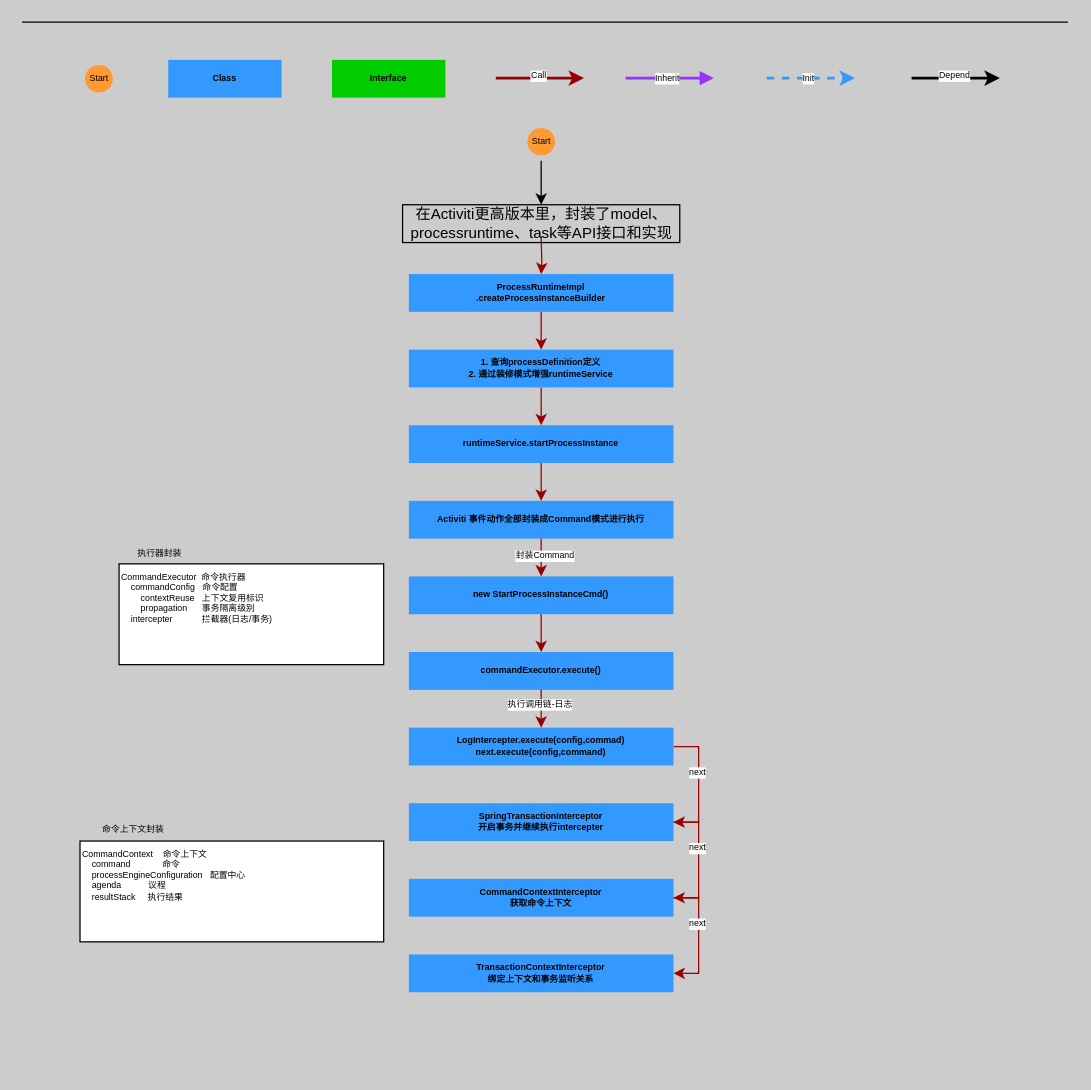
This is page "流程执行" (2 of 2) of reader/Untitled Diagram.drawio from Y-lenny/Activiti, a draw.io file, before an edit. Source tidied: cells renumbered, new cells numbered last; positions are measured from the earlier drawing's top-left corner, leaving out a move shared by most shapes. Both pictures are drawn from the tidied source at 126%, with x=0, y=0 at pixel (21, 21).
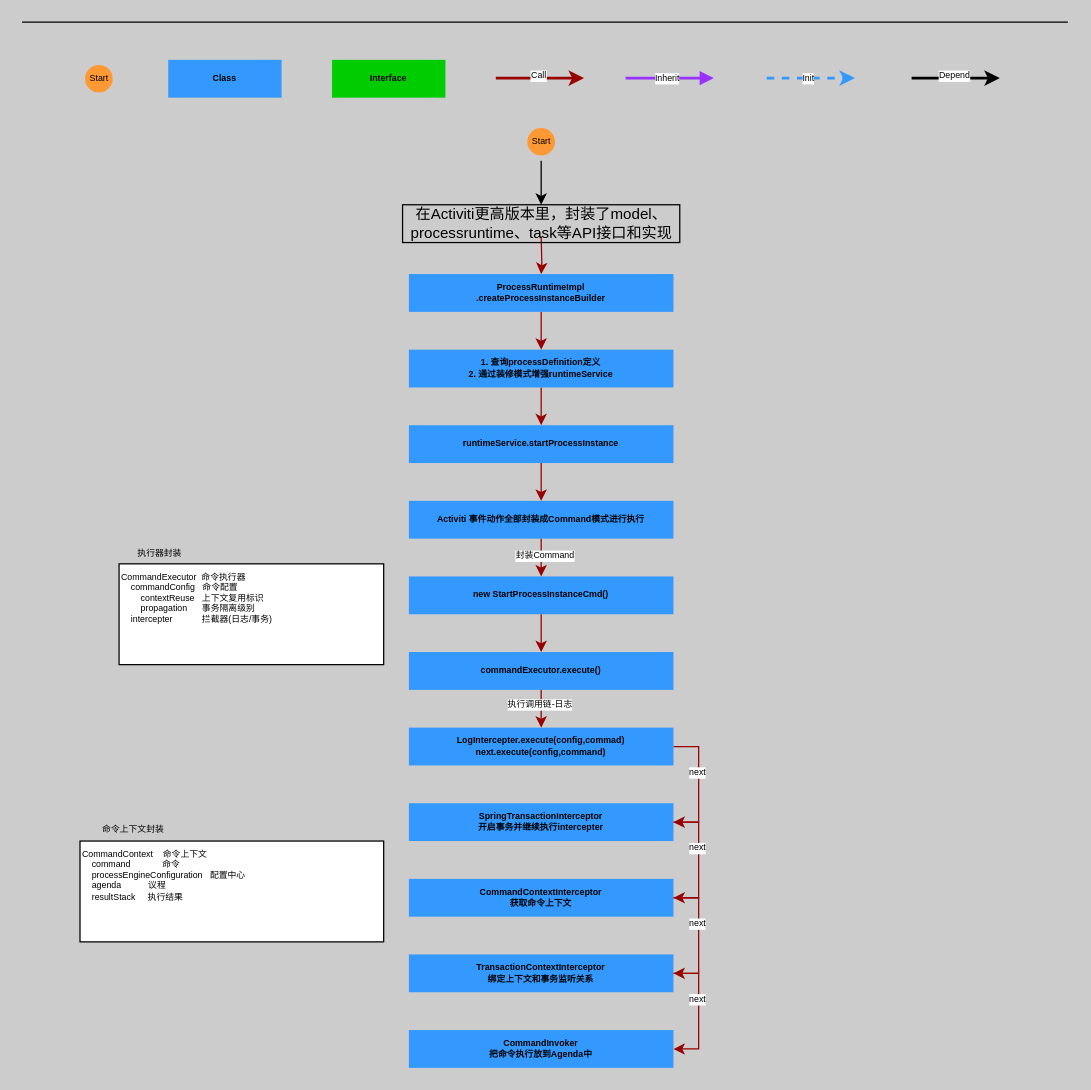
The same page after the edit.

Diff of the diagram source:
```diff
@@
+    <mxCell id="46" style="edgeStyle=orthogonalEdgeStyle;rounded=0;jettySize=auto;html=1;entryX=1;entryY=0.5;entryDx=0;entryDy=0;fontSize=7;exitX=1;exitY=0.5;exitDx=0;exitDy=0;strokeColor=#990000;" parent="1" edge="1" target="48">
+      <mxGeometry relative="1" as="geometry">
+        <mxPoint x="517" y="755" as="sourcePoint" />
+        <Array as="points">
+          <mxPoint x="537" y="755" />
+          <mxPoint x="537" y="815" />
+        </Array>
+      </mxGeometry>
+    </mxCell>
+    <mxCell id="47" value="next" style="edgeLabel;html=1;align=center;verticalAlign=middle;fontSize=7;" parent="46" vertex="1">
+      <mxGeometry x="-0.2" y="-2" relative="1" as="geometry" />
+    </mxCell>
+    <mxCell id="48" value="CommandInvoker&#10;把命令执行放到Agenda中" style="whiteSpace=wrap;align=center;verticalAlign=middle;fontStyle=1;strokeWidth=3;fillColor=#3399FF;strokeColor=none;fontSize=7;" parent="1" vertex="1">
+      <mxGeometry x="307" y="800" width="210" height="30" as="geometry" />
+    </mxCell>
```
